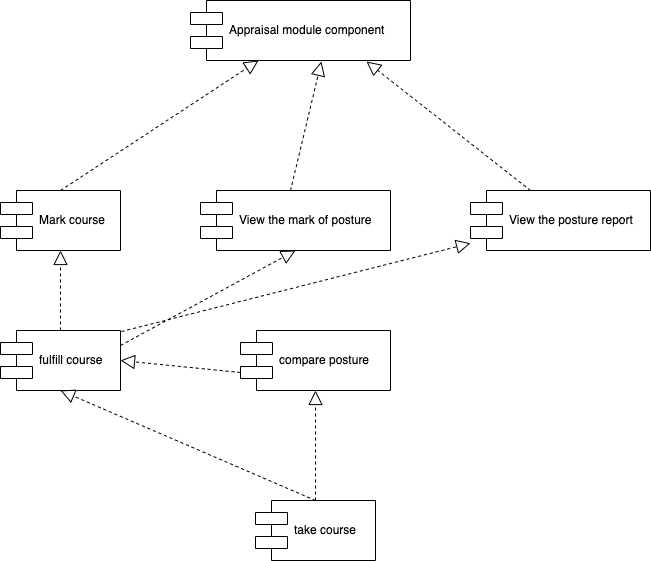
Earlier version of the draw.io export diagrams/appraisal.png (1338199/SDD). Source tidied: cells renumbered, new cells last; positions are measured from the earlier drawing's top-left corner, leaving out a move shared by most shapes. Its diagram source:
```xml
<mxGraphModel>
  <root>
    <mxCell id="0" />
    <mxCell id="1" parent="0" />
    <mxCell id="2" value="Appraisal module component" style="shape=component;align=left;spacingLeft=36;" parent="1" vertex="1">
      <mxGeometry x="190" width="220" height="60" as="geometry" />
    </mxCell>
    <mxCell id="3" value="Mark course" style="shape=component;align=left;spacingLeft=36;" parent="1" vertex="1">
      <mxGeometry y="190" width="120" height="60" as="geometry" />
    </mxCell>
    <mxCell id="4" value="View the mark of posture" style="shape=component;align=left;spacingLeft=36;" parent="1" vertex="1">
      <mxGeometry x="200" y="190" width="190" height="60" as="geometry" />
    </mxCell>
    <mxCell id="5" value="View the posture report" style="shape=component;align=left;spacingLeft=36;" parent="1" vertex="1">
      <mxGeometry x="470" y="190" width="180" height="60" as="geometry" />
    </mxCell>
    <mxCell id="6" value="take course" style="shape=component;align=left;spacingLeft=36;" parent="1" vertex="1">
      <mxGeometry x="255" y="500" width="120" height="60" as="geometry" />
    </mxCell>
    <mxCell id="7" value="fulfill course" style="shape=component;align=left;spacingLeft=36;" parent="1" vertex="1">
      <mxGeometry y="330" width="120" height="60" as="geometry" />
    </mxCell>
    <mxCell id="8" value="compare posture" style="shape=component;align=left;spacingLeft=36;" parent="1" vertex="1">
      <mxGeometry x="240" y="330" width="150" height="60" as="geometry" />
    </mxCell>
    <mxCell id="9" style="endArrow=block;dashed=1;endFill=0;endSize=12;html=1;exitX=0.5;exitY=0;exitDx=0;exitDy=0;entryX=0.5;entryY=1;entryDx=0;entryDy=0;" parent="1" edge="1" source="6" target="7">
      <mxGeometry relative="1" as="geometry" />
    </mxCell>
    <mxCell id="10" style="endArrow=block;dashed=1;endFill=0;endSize=12;html=1;exitX=0.5;exitY=0;exitDx=0;exitDy=0;" parent="1" edge="1" source="6" target="8">
      <mxGeometry relative="1" as="geometry" />
    </mxCell>
    <mxCell id="11" style="endArrow=block;dashed=1;endFill=0;endSize=12;html=1;exitX=0.5;exitY=0;exitDx=0;exitDy=0;" parent="1" edge="1" source="7" target="3">
      <mxGeometry relative="1" as="geometry" />
    </mxCell>
    <mxCell id="12" style="endArrow=block;dashed=1;endFill=0;endSize=12;html=1;exitX=1;exitY=0.25;exitDx=0;exitDy=0;entryX=0.5;entryY=1;entryDx=0;entryDy=0;" parent="1" edge="1" source="7" target="4">
      <mxGeometry relative="1" as="geometry" />
    </mxCell>
    <mxCell id="13" style="endArrow=block;dashed=1;endFill=0;endSize=12;html=1;exitX=0;exitY=0.7;exitDx=0;exitDy=0;entryX=1;entryY=0.5;entryDx=0;entryDy=0;" parent="1" edge="1" source="8" target="7">
      <mxGeometry relative="1" as="geometry" />
    </mxCell>
    <mxCell id="14" style="endArrow=block;dashed=1;endFill=0;endSize=12;html=1;exitX=1.008;exitY=0.017;exitDx=0;exitDy=0;exitPerimeter=0;" parent="1" edge="1" source="7" target="5">
      <mxGeometry relative="1" as="geometry" />
    </mxCell>
    <mxCell id="15" style="endArrow=block;dashed=1;endFill=0;endSize=12;html=1;entryX=0.309;entryY=1;entryDx=0;entryDy=0;entryPerimeter=0;" parent="1" edge="1" target="2">
      <mxGeometry relative="1" as="geometry">
        <mxPoint x="60" y="190" as="sourcePoint" />
      </mxGeometry>
    </mxCell>
    <mxCell id="16" style="endArrow=block;dashed=1;endFill=0;endSize=12;html=1;entryX=0.595;entryY=1.017;entryDx=0;entryDy=0;entryPerimeter=0;" parent="1" edge="1" target="2">
      <mxGeometry relative="1" as="geometry">
        <mxPoint x="290" y="190" as="sourcePoint" />
      </mxGeometry>
    </mxCell>
    <mxCell id="17" style="endArrow=block;dashed=1;endFill=0;endSize=12;html=1;entryX=0.8;entryY=1.017;entryDx=0;entryDy=0;entryPerimeter=0;" parent="1" edge="1" target="2">
      <mxGeometry relative="1" as="geometry">
        <mxPoint x="530" y="190" as="sourcePoint" />
      </mxGeometry>
    </mxCell>
  </root>
</mxGraphModel>
```
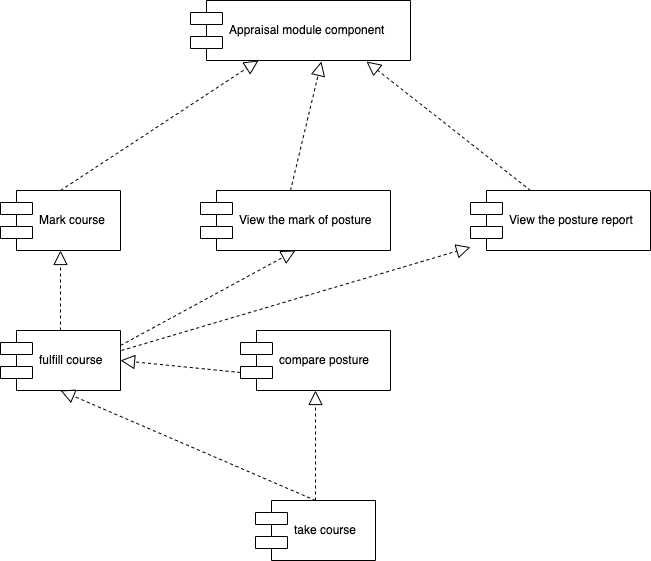
Later version of the same file.

Diff of the diagram source:
```diff
@@ -38,8 +38,10 @@
     <mxCell id="13" style="endArrow=block;dashed=1;endFill=0;endSize=12;html=1;exitX=0;exitY=0.7;exitDx=0;exitDy=0;entryX=1;entryY=0.5;entryDx=0;entryDy=0;" parent="1" edge="1" source="8" target="7">
       <mxGeometry relative="1" as="geometry" />
     </mxCell>
-    <mxCell id="14" style="endArrow=block;dashed=1;endFill=0;endSize=12;html=1;exitX=1.008;exitY=0.017;exitDx=0;exitDy=0;exitPerimeter=0;" parent="1" edge="1" source="7" target="5">
-      <mxGeometry relative="1" as="geometry" />
+    <mxCell id="14" style="endArrow=block;dashed=1;endFill=0;endSize=12;html=1;" parent="1" edge="1" target="5">
+      <mxGeometry relative="1" as="geometry">
+        <mxPoint x="121" y="350" as="sourcePoint" />
+      </mxGeometry>
     </mxCell>
     <mxCell id="15" style="endArrow=block;dashed=1;endFill=0;endSize=12;html=1;entryX=0.309;entryY=1;entryDx=0;entryDy=0;entryPerimeter=0;" parent="1" edge="1" target="2">
       <mxGeometry relative="1" as="geometry">
```
